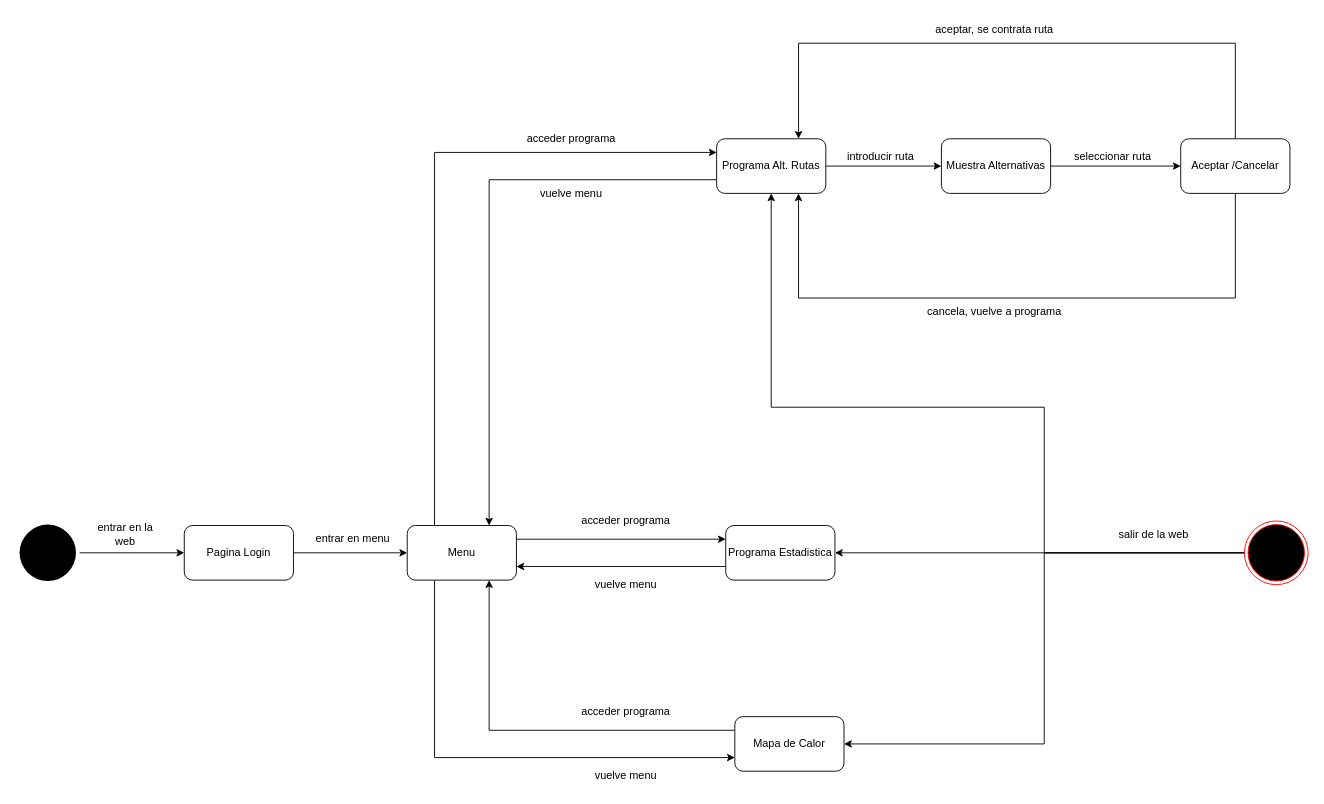
This is documentacion/diagrama_de_estados_CLIENTE.drawio from EquipoA-ED/MockUp_cliente, a draw.io file, before an edit. Source tidied: cells renumbered, new cells numbered last; positions are measured from the earlier drawing's top-left corner, leaving out a move shared by most shapes. Both pictures are drawn from the tidied source at 91%, with x=0, y=0 at pixel (15, 15).
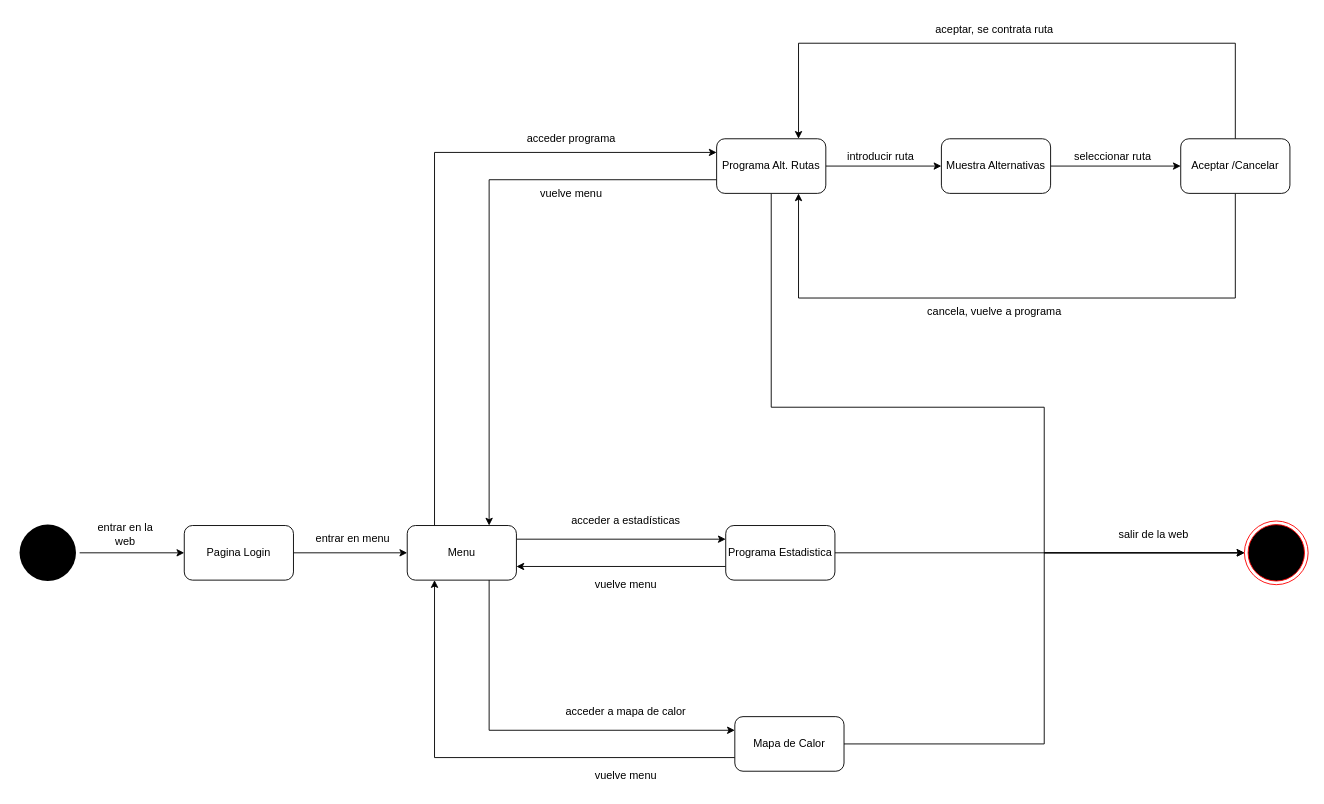
The same page after the edit.

Commit message (it also covers changes not shown here):
corregi flechas diagrama de estados

Unchanged cells that the change refers to:
```xml
<mxCell id="5" style="ellipse;html=1;shape=endState;fillColor=#000000;strokeColor=#ff0000;" parent="1" vertex="1">
  <mxGeometry x="1350" y="555" width="70" height="70" as="geometry" />
</mxCell>
<mxCell id="14" value="Menu" style="rounded=1;whiteSpace=wrap;html=1;" parent="1" vertex="1">
  <mxGeometry x="430" y="560" width="120" height="60" as="geometry" />
</mxCell>
<mxCell id="17" value="Programa Alt. Rutas" style="rounded=1;whiteSpace=wrap;html=1;" parent="1" vertex="1">
  <mxGeometry x="770" y="135" width="120" height="60" as="geometry" />
</mxCell>
<mxCell id="32" value="Programa Estadistica" style="rounded=1;whiteSpace=wrap;html=1;" parent="1" vertex="1">
  <mxGeometry x="780" y="560" width="120" height="60" as="geometry" />
</mxCell>
<mxCell id="36" value="Mapa de Calor" style="rounded=1;whiteSpace=wrap;html=1;" parent="1" vertex="1">
  <mxGeometry x="790" y="770" width="120" height="60" as="geometry" />
</mxCell>
```

What changed in the source:
```diff
@@
-    <mxCell id="2" style="edgeStyle=orthogonalEdgeStyle;rounded=0;jettySize=auto;html=1;entryX=1;entryY=0.5;entryDx=0;entryDy=0;" parent="1" edge="1" source="5" target="36">
+    <mxCell id="2" style="edgeStyle=orthogonalEdgeStyle;rounded=0;jettySize=auto;html=1;entryX=1;entryY=0.5;entryDx=0;entryDy=0;startArrow=classic;startFill=1;endArrow=none;endFill=0;" parent="1" edge="1" source="5" target="36">
       <mxGeometry relative="1" as="geometry" />
     </mxCell>
-    <mxCell id="3" style="edgeStyle=orthogonalEdgeStyle;rounded=0;jettySize=auto;html=1;entryX=1;entryY=0.5;entryDx=0;entryDy=0;" parent="1" edge="1" source="5" target="32">
+    <mxCell id="3" style="edgeStyle=orthogonalEdgeStyle;rounded=0;jettySize=auto;html=1;entryX=1;entryY=0.5;entryDx=0;entryDy=0;startArrow=classic;startFill=1;endArrow=none;endFill=0;" parent="1" edge="1" source="5" target="32">
       <mxGeometry relative="1" as="geometry">
         <Array as="points">
           <mxPoint x="1190" y="590" />
           <mxPoint x="1190" y="590" />
         </Array>
       </mxGeometry>
     </mxCell>
-    <mxCell id="4" style="edgeStyle=orthogonalEdgeStyle;rounded=0;jettySize=auto;html=1;entryX=0.5;entryY=1;entryDx=0;entryDy=0;" parent="1" edge="1" source="5" target="17">
+    <mxCell id="4" style="edgeStyle=orthogonalEdgeStyle;rounded=0;jettySize=auto;html=1;entryX=0.5;entryY=1;entryDx=0;entryDy=0;endArrow=none;endFill=0;startArrow=classic;startFill=1;" parent="1" edge="1" source="5" target="17">
       <mxGeometry relative="1" as="geometry">
         <Array as="points">
           <mxPoint x="1130" y="590" />
           <mxPoint x="1130" y="430" />
           <mxPoint x="830" y="430" />
         </Array>
       </mxGeometry>
     </mxCell>
@@
-    <mxCell id="13" style="edgeStyle=orthogonalEdgeStyle;rounded=0;jettySize=auto;html=1;exitX=0.25;exitY=1;exitDx=0;exitDy=0;entryX=0;entryY=0.75;entryDx=0;entryDy=0;" parent="1" edge="1" source="14" target="36">
+    <mxCell id="13" style="edgeStyle=orthogonalEdgeStyle;rounded=0;jettySize=auto;html=1;exitX=0.25;exitY=1;exitDx=0;exitDy=0;entryX=0;entryY=0.75;entryDx=0;entryDy=0;endArrow=none;endFill=0;startArrow=classic;startFill=1;" parent="1" edge="1" source="14" target="36">
       <mxGeometry relative="1" as="geometry" />
     </mxCell>
@@
-    <mxCell id="33" value="acceder programa" style="text;html=1;align=center;verticalAlign=middle;strokeColor=none;fillColor=none;" parent="1" vertex="1">
-      <mxGeometry x="610" y="540" width="120" height="30" as="geometry" />
+    <mxCell id="33" value="acceder a estadísticas" style="text;html=1;align=center;verticalAlign=middle;strokeColor=none;fillColor=none;" parent="1" vertex="1">
+      <mxGeometry x="600" y="540" width="140" height="30" as="geometry" />
     </mxCell>
@@
-    <mxCell id="35" style="edgeStyle=orthogonalEdgeStyle;rounded=0;jettySize=auto;html=1;exitX=0;exitY=0.25;exitDx=0;exitDy=0;entryX=0.75;entryY=1;entryDx=0;entryDy=0;" parent="1" edge="1" source="36" target="14">
+    <mxCell id="35" style="edgeStyle=orthogonalEdgeStyle;rounded=0;jettySize=auto;html=1;exitX=0;exitY=0.25;exitDx=0;exitDy=0;entryX=0.75;entryY=1;entryDx=0;entryDy=0;startArrow=classic;startFill=1;endArrow=none;endFill=0;" parent="1" edge="1" source="36" target="14">
       <mxGeometry relative="1" as="geometry" />
     </mxCell>
@@
-    <mxCell id="37" value="acceder programa" style="text;html=1;align=center;verticalAlign=middle;strokeColor=none;fillColor=none;" parent="1" vertex="1">
-      <mxGeometry x="610" y="750" width="120" height="30" as="geometry" />
+    <mxCell id="37" value="acceder a mapa de calor" style="text;html=1;align=center;verticalAlign=middle;strokeColor=none;fillColor=none;" parent="1" vertex="1">
+      <mxGeometry x="590" y="750" width="160" height="30" as="geometry" />
     </mxCell>
```
